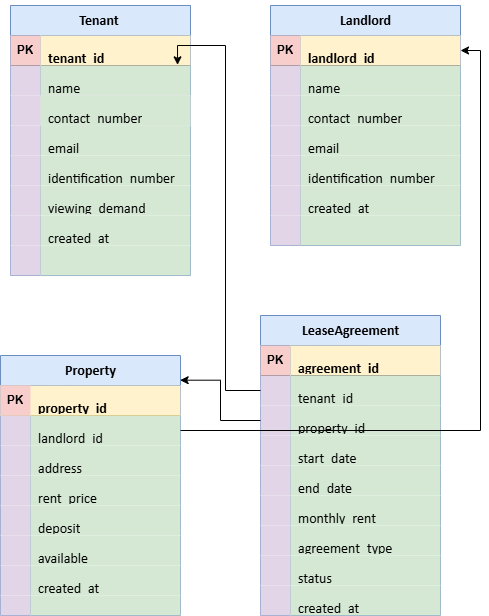
Earlier version of the draw.io export Plans/表设计.png (1228785484/RentHouseThing). Source tidied: cells renumbered, new cells last; positions are measured from the earlier drawing's top-left corner, leaving out a move shared by most shapes.
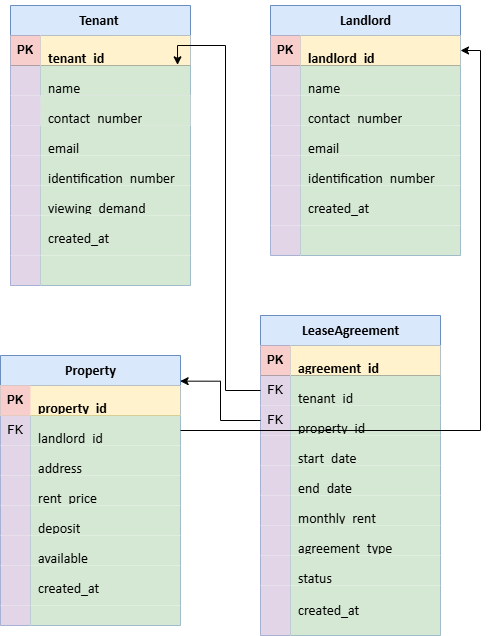
The same file after the commit.

Commit message:
更新表设计.png

The edit, as a diff of the source:
```diff
@@ -3,7 +3,7 @@
     <mxCell id="0" />
     <mxCell id="1" parent="0" />
     <mxCell id="2" value="&lt;p class=&quot;MsoNormal&quot;&gt;&lt;span style=&quot;mso-spacerun:'yes';font-family:宋体;mso-ascii-font-family:Calibri;&lt;br/&gt;mso-hansi-font-family:Calibri;mso-bidi-font-family:'Times New Roman';font-size:10.5000pt;&lt;br/&gt;mso-font-kerning:1.0000pt;&quot;&gt;&lt;font face=&quot;Calibri&quot;&gt;Tenant&amp;nbsp;&lt;/font&gt;&lt;/span&gt;&lt;/p&gt;" style="shape=table;startSize=30;rowLines=0;fontStyle=1;align=center;html=1;fillColor=#dae8fc;strokeColor=#6c8ebf;" parent="1" vertex="1">
-      <mxGeometry x="10" width="180" height="270" as="geometry" />
+      <mxGeometry x="10" width="180" height="280" as="geometry" />
     </mxCell>
     <mxCell id="3" style="shape=tableRow;horizontal=0;startSize=0;swimlaneHead=0;swimlaneBody=0;fillColor=none;top=0;left=0;right=0;bottom=1;" parent="2" vertex="1">
       <mxGeometry y="30" width="180" height="30" as="geometry" />
@@ -60,16 +60,16 @@
       <mxGeometry x="30" width="150" height="30" as="geometry" />
     </mxCell>
     <mxCell id="21" style="shape=tableRow;horizontal=0;startSize=0;swimlaneHead=0;swimlaneBody=0;fillColor=none;top=0;left=0;right=0;bottom=0;" parent="2" vertex="1">
-      <mxGeometry y="210" width="180" height="30" as="geometry" />
+      <mxGeometry y="210" width="180" height="40" as="geometry" />
     </mxCell>
     <mxCell id="22" style="shape=partialRectangle;fillColor=#e1d5e7;top=0;left=0;bottom=0;right=0;overflow=hidden;whiteSpace=wrap;html=1;strokeColor=#9673a6;" parent="21" vertex="1">
-      <mxGeometry width="30" height="30" as="geometry" />
+      <mxGeometry width="30" height="40" as="geometry" />
     </mxCell>
     <mxCell id="23" value="&lt;p class=&quot;MsoNormal&quot;&gt;&lt;span style=&quot;mso-spacerun:'yes';font-family:宋体;mso-ascii-font-family:Calibri;&lt;br/&gt;mso-hansi-font-family:Calibri;mso-bidi-font-family:'Times New Roman';font-size:10.5000pt;&lt;br/&gt;mso-font-kerning:1.0000pt;&quot;&gt;&lt;font face=&quot;Calibri&quot;&gt;created_at&lt;/font&gt;&lt;/span&gt;&lt;/p&gt;" style="shape=partialRectangle;fillColor=#d5e8d4;top=0;left=0;bottom=0;right=0;align=left;spacingLeft=6;overflow=hidden;whiteSpace=wrap;html=1;strokeColor=#82b366;" parent="21" vertex="1">
-      <mxGeometry x="30" width="150" height="30" as="geometry" />
+      <mxGeometry x="30" width="150" height="40" as="geometry" />
     </mxCell>
     <mxCell id="24" style="shape=tableRow;horizontal=0;startSize=0;swimlaneHead=0;swimlaneBody=0;fillColor=none;top=0;left=0;right=0;bottom=0;" parent="2" vertex="1">
-      <mxGeometry y="240" width="180" height="30" as="geometry" />
+      <mxGeometry y="250" width="180" height="30" as="geometry" />
     </mxCell>
     <mxCell id="25" style="shape=partialRectangle;fillColor=#e1d5e7;top=0;left=0;bottom=0;right=0;overflow=hidden;whiteSpace=wrap;html=1;strokeColor=#9673a6;" parent="24" vertex="1">
       <mxGeometry width="30" height="30" as="geometry" />
@@ -78,7 +78,7 @@
       <mxGeometry x="30" width="150" height="30" as="geometry" />
     </mxCell>
     <mxCell id="27" value="&lt;p class=&quot;MsoNormal&quot;&gt;&lt;span style=&quot;mso-spacerun:'yes';font-family:宋体;mso-ascii-font-family:Calibri;&lt;br/&gt;mso-hansi-font-family:Calibri;mso-bidi-font-family:'Times New Roman';font-size:10.5000pt;&lt;br/&gt;mso-font-kerning:1.0000pt;&quot;&gt;&lt;font face=&quot;Calibri&quot;&gt;Landlord&lt;/font&gt;&lt;/span&gt;&lt;/p&gt;" style="shape=table;startSize=30;rowLines=0;fontStyle=1;align=center;html=1;fillColor=#dae8fc;strokeColor=#6c8ebf;" parent="1" vertex="1">
-      <mxGeometry x="270" width="190" height="240" as="geometry" />
+      <mxGeometry x="270" width="190" height="250" as="geometry" />
     </mxCell>
     <mxCell id="28" style="shape=tableRow;horizontal=0;startSize=0;swimlaneHead=0;swimlaneBody=0;fillColor=none;points=[[0,0.5],[1,0.5]];portConstraint=eastwest;top=0;left=0;right=0;bottom=1;" parent="27" vertex="1">
       <mxGeometry y="30" width="190" height="30" as="geometry" />
@@ -126,16 +126,16 @@
       <mxGeometry x="30" width="160" height="30" as="geometry" />
     </mxCell>
     <mxCell id="43" style="shape=tableRow;horizontal=0;startSize=0;swimlaneHead=0;swimlaneBody=0;fillColor=none;top=0;left=0;right=0;bottom=0;" parent="27" vertex="1">
-      <mxGeometry y="180" width="190" height="30" as="geometry" />
+      <mxGeometry y="180" width="190" height="40" as="geometry" />
     </mxCell>
     <mxCell id="44" style="shape=partialRectangle;fillColor=#e1d5e7;top=0;left=0;bottom=0;right=0;overflow=hidden;whiteSpace=wrap;html=1;strokeColor=#9673a6;" parent="43" vertex="1">
-      <mxGeometry width="30" height="30" as="geometry" />
+      <mxGeometry width="30" height="40" as="geometry" />
     </mxCell>
     <mxCell id="45" value="&lt;p class=&quot;MsoNormal&quot;&gt;&lt;span style=&quot;mso-spacerun:'yes';font-family:宋体;mso-ascii-font-family:Calibri;&lt;br/&gt;mso-hansi-font-family:Calibri;mso-bidi-font-family:'Times New Roman';font-size:10.5000pt;&lt;br/&gt;mso-font-kerning:1.0000pt;&quot;&gt;&lt;font face=&quot;Calibri&quot;&gt;created_at&lt;/font&gt;&lt;/span&gt;&lt;/p&gt;" style="shape=partialRectangle;fillColor=#d5e8d4;top=0;left=0;bottom=0;right=0;align=left;spacingLeft=6;overflow=hidden;whiteSpace=wrap;html=1;strokeColor=#82b366;" parent="43" vertex="1">
-      <mxGeometry x="30" width="160" height="30" as="geometry" />
+      <mxGeometry x="30" width="160" height="40" as="geometry" />
     </mxCell>
     <mxCell id="46" style="shape=tableRow;horizontal=0;startSize=0;swimlaneHead=0;swimlaneBody=0;fillColor=none;top=0;left=0;right=0;bottom=0;" parent="27" vertex="1">
-      <mxGeometry y="210" width="190" height="30" as="geometry" />
+      <mxGeometry y="220" width="190" height="30" as="geometry" />
     </mxCell>
     <mxCell id="47" style="shape=partialRectangle;fillColor=#e1d5e7;top=0;left=0;bottom=0;right=0;overflow=hidden;whiteSpace=wrap;html=1;strokeColor=#9673a6;" parent="46" vertex="1">
       <mxGeometry width="30" height="30" as="geometry" />
@@ -147,7 +147,7 @@
       <mxGeometry x="300" y="120" width="160" height="30" as="geometry" />
     </mxCell>
     <mxCell id="50" value="&lt;p class=&quot;MsoNormal&quot;&gt;&lt;span style=&quot;mso-spacerun:'yes';font-family:宋体;mso-ascii-font-family:Calibri;&lt;br/&gt;mso-hansi-font-family:Calibri;mso-bidi-font-family:'Times New Roman';font-size:10.5000pt;&lt;br/&gt;mso-font-kerning:1.0000pt;&quot;&gt;&lt;font face=&quot;Calibri&quot;&gt;Property&lt;/font&gt;&lt;/span&gt;&lt;/p&gt;" style="shape=table;startSize=30;rowLines=0;fontStyle=1;align=center;html=1;fillColor=#dae8fc;strokeColor=#6c8ebf;" parent="1" vertex="1">
-      <mxGeometry y="350" width="180" height="260" as="geometry" />
+      <mxGeometry y="350" width="180" height="270" as="geometry" />
     </mxCell>
     <mxCell id="51" style="shape=tableRow;horizontal=0;startSize=0;swimlaneHead=0;swimlaneBody=0;fillColor=#fff2cc;top=0;left=0;right=0;bottom=1;strokeColor=#d6b656;" parent="50" vertex="1">
       <mxGeometry y="30" width="180" height="30" as="geometry" />
@@ -161,7 +161,7 @@
     <mxCell id="54" style="shape=tableRow;horizontal=0;startSize=0;swimlaneHead=0;swimlaneBody=0;fillColor=none;points=[[0,0.5],[1,0.5]];portConstraint=eastwest;top=0;left=0;right=0;bottom=0;" parent="50" vertex="1">
       <mxGeometry y="60" width="180" height="30" as="geometry" />
     </mxCell>
-    <mxCell id="55" style="shape=partialRectangle;fillColor=#e1d5e7;top=0;left=0;bottom=0;right=0;overflow=hidden;whiteSpace=wrap;html=1;strokeColor=#9673a6;" parent="54" vertex="1">
+    <mxCell id="55" value="FK" style="shape=partialRectangle;fillColor=#e1d5e7;top=0;left=0;bottom=0;right=0;overflow=hidden;whiteSpace=wrap;html=1;strokeColor=#9673a6;" parent="54" vertex="1">
       <mxGeometry width="30" height="30" as="geometry" />
     </mxCell>
     <mxCell id="56" value="&lt;p class=&quot;MsoNormal&quot;&gt;&lt;span style=&quot;mso-spacerun:'yes';font-family:宋体;mso-ascii-font-family:Calibri;&lt;br/&gt;mso-hansi-font-family:Calibri;mso-bidi-font-family:'Times New Roman';font-size:10.5000pt;&lt;br/&gt;mso-font-kerning:1.0000pt;&quot;&gt;&lt;font face=&quot;Calibri&quot;&gt;landlord_id&lt;/font&gt;&lt;/span&gt;&lt;/p&gt;" style="shape=partialRectangle;fillColor=#d5e8d4;top=0;left=0;bottom=0;right=0;align=left;spacingLeft=6;overflow=hidden;whiteSpace=wrap;html=1;strokeColor=#82b366;" parent="54" vertex="1">
@@ -204,16 +204,16 @@
       <mxGeometry x="30" width="150" height="30" as="geometry" />
     </mxCell>
     <mxCell id="69" style="shape=tableRow;horizontal=0;startSize=0;swimlaneHead=0;swimlaneBody=0;fillColor=none;top=0;left=0;right=0;bottom=0;" parent="50" vertex="1">
-      <mxGeometry y="210" width="180" height="30" as="geometry" />
+      <mxGeometry y="210" width="180" height="40" as="geometry" />
     </mxCell>
     <mxCell id="70" style="shape=partialRectangle;fillColor=#e1d5e7;top=0;left=0;bottom=0;right=0;overflow=hidden;whiteSpace=wrap;html=1;strokeColor=#9673a6;" parent="69" vertex="1">
-      <mxGeometry width="30" height="30" as="geometry" />
+      <mxGeometry width="30" height="40" as="geometry" />
     </mxCell>
     <mxCell id="71" value="&lt;p class=&quot;MsoNormal&quot;&gt;&lt;span style=&quot;mso-spacerun:'yes';font-family:宋体;mso-ascii-font-family:Calibri;&lt;br/&gt;mso-hansi-font-family:Calibri;mso-bidi-font-family:'Times New Roman';font-size:10.5000pt;&lt;br/&gt;mso-font-kerning:1.0000pt;&quot;&gt;&lt;font face=&quot;Calibri&quot;&gt;created_at&lt;/font&gt;&lt;/span&gt;&lt;/p&gt;" style="shape=partialRectangle;fillColor=#d5e8d4;top=0;left=0;bottom=0;right=0;align=left;spacingLeft=6;overflow=hidden;whiteSpace=wrap;html=1;strokeColor=#82b366;" parent="69" vertex="1">
-      <mxGeometry x="30" width="150" height="30" as="geometry" />
+      <mxGeometry x="30" width="150" height="40" as="geometry" />
     </mxCell>
     <mxCell id="72" style="shape=tableRow;horizontal=0;startSize=0;swimlaneHead=0;swimlaneBody=0;fillColor=none;top=0;left=0;right=0;bottom=0;" parent="50" vertex="1">
-      <mxGeometry y="240" width="180" height="20" as="geometry" />
+      <mxGeometry y="250" width="180" height="20" as="geometry" />
     </mxCell>
     <mxCell id="73" style="shape=partialRectangle;fillColor=#e1d5e7;top=0;left=0;bottom=0;right=0;overflow=hidden;whiteSpace=wrap;html=1;strokeColor=#9673a6;" parent="72" vertex="1">
       <mxGeometry width="30" height="20" as="geometry" />
@@ -222,7 +222,7 @@
       <mxGeometry x="30" width="150" height="20" as="geometry" />
     </mxCell>
     <mxCell id="75" value="&lt;p class=&quot;MsoNormal&quot;&gt;&lt;span style=&quot;mso-spacerun:'yes';font-family:宋体;mso-ascii-font-family:Calibri;&lt;br/&gt;mso-hansi-font-family:Calibri;mso-bidi-font-family:'Times New Roman';font-size:10.5000pt;&lt;br/&gt;mso-font-kerning:1.0000pt;&quot;&gt;&lt;font face=&quot;Calibri&quot;&gt;LeaseAgreement&lt;/font&gt;&lt;/span&gt;&lt;/p&gt;" style="shape=table;startSize=30;rowLines=0;fontStyle=1;align=center;html=1;fillColor=#dae8fc;strokeColor=#6c8ebf;" parent="1" vertex="1">
-      <mxGeometry x="260" y="310" width="180" height="300" as="geometry" />
+      <mxGeometry x="260" y="310" width="180" height="320" as="geometry" />
     </mxCell>
     <mxCell id="76" style="shape=tableRow;horizontal=0;startSize=0;swimlaneHead=0;swimlaneBody=0;fillColor=none;top=0;left=0;right=0;bottom=1;" parent="75" vertex="1">
       <mxGeometry y="30" width="180" height="30" as="geometry" />
@@ -236,7 +236,7 @@
     <mxCell id="79" style="shape=tableRow;horizontal=0;startSize=0;swimlaneHead=0;swimlaneBody=0;fillColor=none;points=[[0,0.5],[1,0.5]];portConstraint=eastwest;top=0;left=0;right=0;bottom=0;" parent="75" vertex="1">
       <mxGeometry y="60" width="180" height="30" as="geometry" />
     </mxCell>
-    <mxCell id="80" style="shape=partialRectangle;fillColor=#e1d5e7;top=0;left=0;bottom=0;right=0;overflow=hidden;whiteSpace=wrap;html=1;strokeColor=#9673a6;" parent="79" vertex="1">
+    <mxCell id="80" value="FK" style="shape=partialRectangle;fillColor=#e1d5e7;top=0;left=0;bottom=0;right=0;overflow=hidden;whiteSpace=wrap;html=1;strokeColor=#9673a6;" parent="79" vertex="1">
       <mxGeometry width="30" height="30" as="geometry" />
     </mxCell>
     <mxCell id="81" value="&lt;p class=&quot;MsoNormal&quot;&gt;&lt;span style=&quot;mso-spacerun:'yes';font-family:宋体;mso-ascii-font-family:Calibri;&lt;br/&gt;mso-hansi-font-family:Calibri;mso-bidi-font-family:'Times New Roman';font-size:10.5000pt;&lt;br/&gt;mso-font-kerning:1.0000pt;&quot;&gt;&lt;font face=&quot;Calibri&quot;&gt;tenant_id&lt;/font&gt;&lt;/span&gt;&lt;/p&gt;" style="shape=partialRectangle;fillColor=#d5e8d4;top=0;left=0;bottom=0;right=0;align=left;spacingLeft=6;overflow=hidden;whiteSpace=wrap;html=1;strokeColor=#82b366;" parent="79" vertex="1">
@@ -245,7 +245,7 @@
     <mxCell id="82" style="shape=tableRow;horizontal=0;startSize=0;swimlaneHead=0;swimlaneBody=0;fillColor=none;points=[[0,0.5],[1,0.5]];portConstraint=eastwest;top=0;left=0;right=0;bottom=0;" parent="75" vertex="1">
       <mxGeometry y="90" width="180" height="30" as="geometry" />
     </mxCell>
-    <mxCell id="83" style="shape=partialRectangle;fillColor=#e1d5e7;top=0;left=0;bottom=0;right=0;overflow=hidden;whiteSpace=wrap;html=1;strokeColor=#9673a6;" parent="82" vertex="1">
+    <mxCell id="83" value="FK" style="shape=partialRectangle;fillColor=#e1d5e7;top=0;left=0;bottom=0;right=0;overflow=hidden;whiteSpace=wrap;html=1;strokeColor=#9673a6;" parent="82" vertex="1">
       <mxGeometry width="30" height="30" as="geometry" />
     </mxCell>
     <mxCell id="84" value="&lt;p class=&quot;MsoNormal&quot;&gt;&lt;span style=&quot;mso-spacerun:'yes';font-family:宋体;mso-ascii-font-family:Calibri;&lt;br/&gt;mso-hansi-font-family:Calibri;mso-bidi-font-family:'Times New Roman';font-size:10.5000pt;&lt;br/&gt;mso-font-kerning:1.0000pt;&quot;&gt;&lt;font face=&quot;Calibri&quot;&gt;property_id&lt;/font&gt;&lt;/span&gt;&lt;/p&gt;" style="shape=partialRectangle;fillColor=#d5e8d4;top=0;left=0;bottom=0;right=0;align=left;spacingLeft=6;overflow=hidden;whiteSpace=wrap;html=1;strokeColor=#82b366;" parent="82" vertex="1">
@@ -297,13 +297,13 @@
       <mxGeometry x="30" width="150" height="30" as="geometry" />
     </mxCell>
     <mxCell id="100" style="shape=tableRow;horizontal=0;startSize=0;swimlaneHead=0;swimlaneBody=0;fillColor=none;top=0;left=0;right=0;bottom=0;" parent="75" vertex="1">
-      <mxGeometry y="270" width="180" height="30" as="geometry" />
+      <mxGeometry y="270" width="180" height="50" as="geometry" />
     </mxCell>
     <mxCell id="101" style="shape=partialRectangle;fillColor=#e1d5e7;top=0;left=0;bottom=0;right=0;overflow=hidden;whiteSpace=wrap;html=1;strokeColor=#9673a6;" parent="100" vertex="1">
-      <mxGeometry width="30" height="30" as="geometry" />
+      <mxGeometry width="30" height="50" as="geometry" />
     </mxCell>
     <mxCell id="102" value="&lt;p class=&quot;MsoNormal&quot;&gt;&lt;span style=&quot;mso-spacerun:'yes';font-family:宋体;mso-ascii-font-family:Calibri;&lt;br/&gt;mso-hansi-font-family:Calibri;mso-bidi-font-family:'Times New Roman';font-size:10.5000pt;&lt;br/&gt;mso-font-kerning:1.0000pt;&quot;&gt;&lt;font face=&quot;Calibri&quot;&gt;created_at&lt;/font&gt;&lt;/span&gt;&lt;/p&gt;" style="shape=partialRectangle;fillColor=#d5e8d4;top=0;left=0;bottom=0;right=0;align=left;spacingLeft=6;overflow=hidden;whiteSpace=wrap;html=1;strokeColor=#82b366;" parent="100" vertex="1">
-      <mxGeometry x="30" width="150" height="30" as="geometry" />
+      <mxGeometry x="30" width="150" height="50" as="geometry" />
     </mxCell>
     <mxCell id="103" style="edgeStyle=orthogonalEdgeStyle;rounded=0;jettySize=auto;html=1;entryX=0.928;entryY=-0.022;entryDx=0;entryDy=0;entryPerimeter=0;" parent="1" edge="1" source="79" target="6">
       <mxGeometry relative="1" as="geometry" />
```
